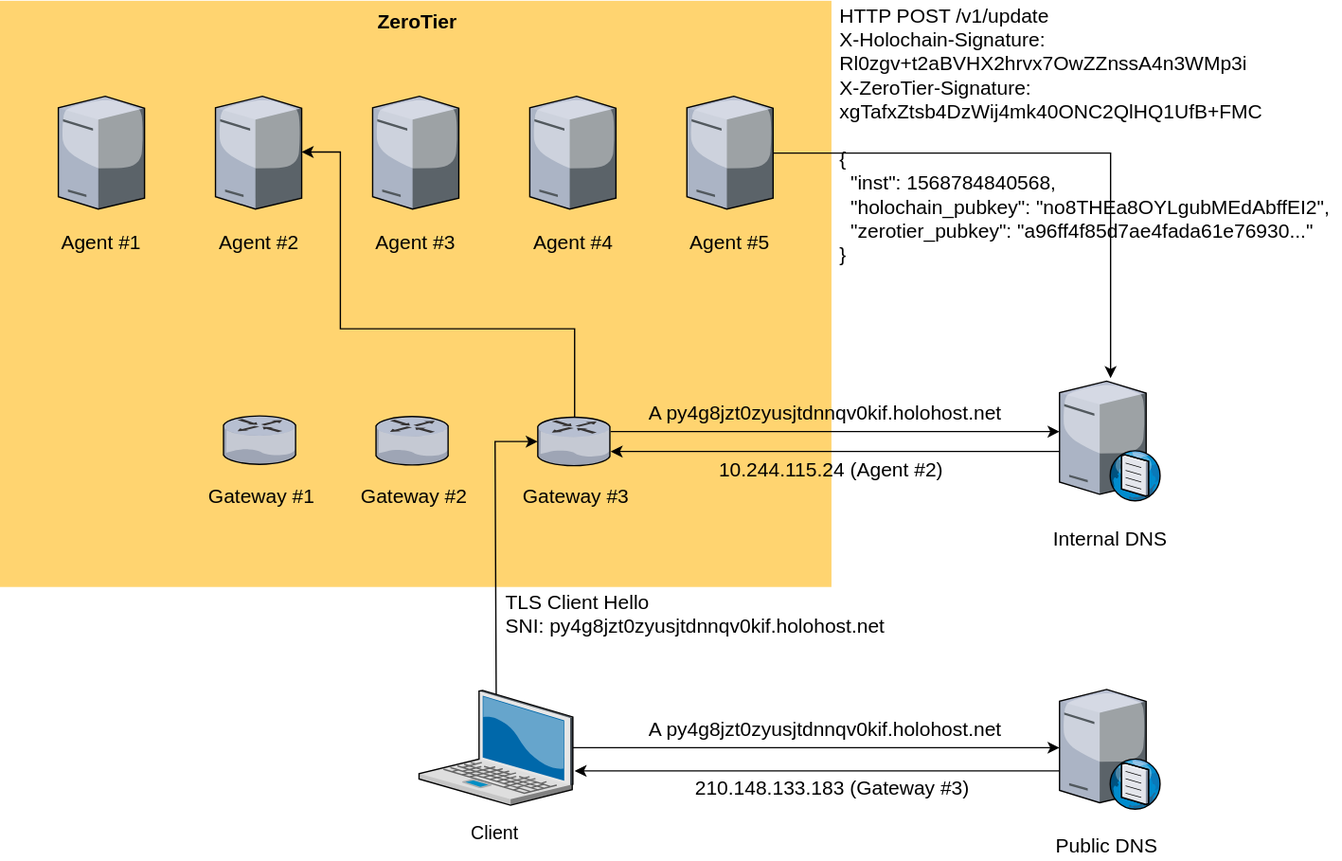
transumption-crypto/holo-router keeps this draw.io diagram as diagram.svg. Above is the earlier version. Source tidied: cells renumbered, new cells last; positions are measured from the earlier drawing's top-left corner, leaving out a move shared by most shapes.
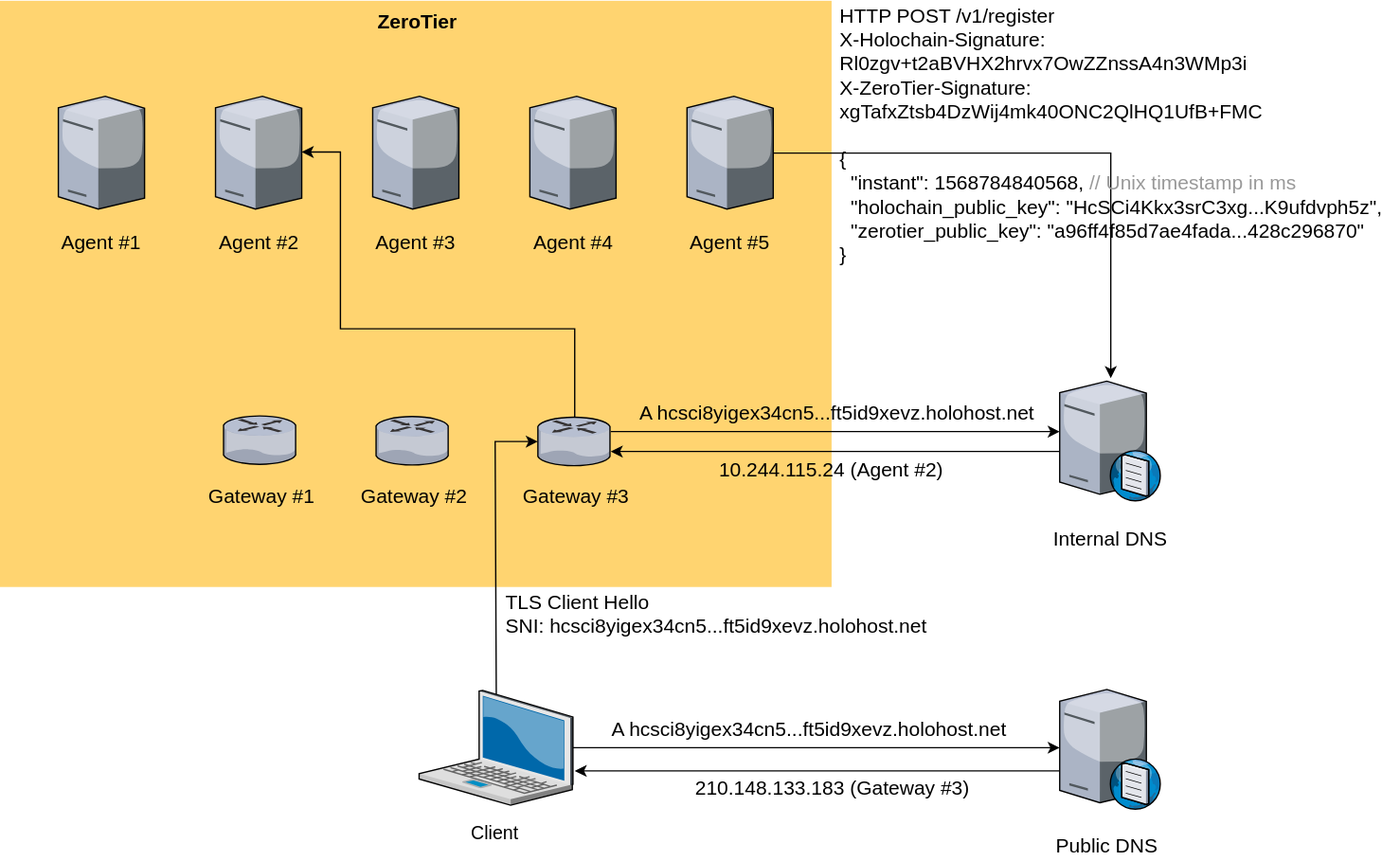
After the commit.

Commit message:
diagram: /v1/register, expand names, explain instant, use real values

What changed in the source:
```diff
@@ -37,15 +37,6 @@
     <mxCell id="11" style="verticalLabelPosition=bottom;html=1;verticalAlign=top;strokeColor=none;align=center;outlineConnect=0;shape=mxgraph.citrix.tower_server;" parent="1" vertex="1">
       <mxGeometry x="518.5" y="72" width="65" height="85" as="geometry" />
     </mxCell>
-    <mxCell id="12" style="group;" parent="1" vertex="1">
-      <mxGeometry x="788" y="284.5" width="100" height="130" as="geometry" />
-    </mxCell>
-    <mxCell id="13" style="verticalLabelPosition=bottom;html=1;verticalAlign=top;strokeColor=none;align=center;outlineConnect=0;shape=mxgraph.citrix.dns_server;" parent="12" vertex="1">
-      <mxGeometry x="11.5" width="76.5" height="92.5" as="geometry" />
-    </mxCell>
-    <mxCell id="14" value="Internal DNS" style="text;html=1;align=center;verticalAlign=middle;fillColor=none;strokeColor=none;rounded=0;fontSize=15;" parent="12" vertex="1">
-      <mxGeometry y="110" width="100" height="20" as="geometry" />
-    </mxCell>
     <mxCell id="15" value="Agent #1" style="text;html=1;align=center;verticalAlign=middle;fillColor=none;strokeColor=none;rounded=0;fontSize=15;" parent="1" vertex="1">
       <mxGeometry x="37" y="172" width="80" height="20" as="geometry" />
     </mxCell>
@@ -96,15 +87,6 @@
     <mxCell id="27" value="Gateway #3" style="text;html=1;align=center;verticalAlign=middle;fillColor=none;strokeColor=none;rounded=0;fontSize=15;" parent="1" vertex="1">
       <mxGeometry x="388.5" y="363" width="90" height="20" as="geometry" />
     </mxCell>
-    <mxCell id="28" style="group;" parent="1" vertex="1">
-      <mxGeometry x="788" y="517" width="100" height="130" as="geometry" />
-    </mxCell>
-    <mxCell id="29" style="verticalLabelPosition=bottom;html=1;verticalAlign=top;strokeColor=none;align=center;outlineConnect=0;shape=mxgraph.citrix.dns_server;" parent="28" vertex="1">
-      <mxGeometry x="11.5" width="76.5" height="92.5" as="geometry" />
-    </mxCell>
-    <mxCell id="30" value="Public DNS" style="text;html=1;align=center;verticalAlign=middle;fillColor=none;strokeColor=none;rounded=0;fontSize=15;" parent="28" vertex="1">
-      <mxGeometry y="110" width="90" height="20" as="geometry" />
-    </mxCell>
     <mxCell id="31" value="&lt;span style=&quot;font-size: 14px&quot;&gt;Client&lt;/span&gt;" style="text;html=1;align=center;verticalAlign=middle;fillColor=none;strokeColor=none;rounded=0;fontSize=15;" parent="1" vertex="1">
       <mxGeometry x="349.5" y="617" width="50" height="20" as="geometry" />
     </mxCell>
@@ -115,17 +97,17 @@
         </Array>
       </mxGeometry>
     </mxCell>
-    <mxCell id="33" value="A py4g8jzt0zyusjtdnnqv0kif.holohost.net" style="text;html=1;align=center;verticalAlign=middle;fillColor=none;strokeColor=none;rounded=0;fontSize=15;" parent="1" vertex="1">
-      <mxGeometry x="479.5" y="539" width="290" height="20" as="geometry" />
+    <mxCell id="33" value="A hcsci8yigex34cn5...ft5id9xevz.holohost.net" style="text;html=1;align=center;verticalAlign=middle;fillColor=none;strokeColor=none;rounded=0;fontSize=15;" parent="1" vertex="1">
+      <mxGeometry x="455" y="539" width="310" height="20" as="geometry" />
     </mxCell>
     <mxCell id="34" value="210.148.133.183 (Gateway #3)" style="text;html=1;align=center;verticalAlign=middle;fillColor=none;strokeColor=none;rounded=0;fontSize=15;" parent="1" vertex="1">
       <mxGeometry x="519.5" y="583" width="210" height="20" as="geometry" />
     </mxCell>
-    <mxCell id="35" value="&lt;font face=&quot;Helvetica&quot;&gt;TLS Client Hello&lt;br&gt;SNI:&amp;nbsp;py4g8jzt0zyusjtdnnqv0kif.holohost.net&lt;/font&gt;" style="text;html=1;align=left;verticalAlign=middle;fillColor=none;strokeColor=none;rounded=0;fontFamily=Lucida Console;fontSize=15;" parent="1" vertex="1">
-      <mxGeometry x="380" y="442" width="300" height="40" as="geometry" />
+    <mxCell id="35" value="&lt;font face=&quot;Helvetica&quot;&gt;TLS Client Hello&lt;br&gt;SNI:&amp;nbsp;&lt;/font&gt;&lt;span style=&quot;font-family: &amp;#34;helvetica&amp;#34; ; text-align: center&quot;&gt;hcsci8yigex34cn5...ft5id9xevz&lt;/span&gt;&lt;font face=&quot;Helvetica&quot;&gt;.holohost.net&lt;/font&gt;" style="text;html=1;align=left;verticalAlign=middle;fillColor=none;strokeColor=none;rounded=0;fontFamily=Lucida Console;fontSize=15;" parent="1" vertex="1">
+      <mxGeometry x="380" y="442" width="330" height="40" as="geometry" />
     </mxCell>
-    <mxCell id="36" value="A py4g8jzt0zyusjtdnnqv0kif.holohost.net" style="text;html=1;align=center;verticalAlign=middle;fillColor=none;strokeColor=none;rounded=0;fontSize=15;" parent="1" vertex="1">
-      <mxGeometry x="479.5" y="300" width="290" height="20" as="geometry" />
+    <mxCell id="36" value="A hcsci8yigex34cn5...ft5id9xevz.holohost.net" style="text;html=1;align=center;verticalAlign=middle;fillColor=none;strokeColor=none;rounded=0;fontSize=15;" parent="1" vertex="1">
+      <mxGeometry x="475.5" y="300" width="310" height="20" as="geometry" />
     </mxCell>
     <mxCell id="37" style="edgeStyle=orthogonalEdgeStyle;rounded=0;jettySize=auto;html=1;fontFamily=Lucida Console;fontSize=15;" parent="1" edge="1" source="13" target="26">
       <mxGeometry relative="1" as="geometry">
@@ -138,8 +120,20 @@
     <mxCell id="38" value="10.244.115.24 (Agent #2)" style="text;html=1;align=center;verticalAlign=middle;fillColor=none;strokeColor=none;rounded=0;fontSize=15;" parent="1" vertex="1">
       <mxGeometry x="534.5" y="343" width="180" height="20" as="geometry" />
     </mxCell>
-    <mxCell id="39" value="&lt;font face=&quot;Helvetica&quot;&gt;HTTP POST /v1/update&lt;br&gt;X-Holochain-Signature:&lt;br&gt;Rl0zgv+t2aBVHX2hrvx7OwZZnssA4n3WMp3i&lt;br&gt;X-ZeroTier-Signature:&lt;br&gt;xgTafxZtsb4DzWij4mk40ONC2QlHQ1UfB+FMC&lt;br&gt;&lt;br&gt;{&lt;br&gt;&amp;nbsp; &quot;inst&quot;: 1568784840568,&lt;br&gt;&amp;nbsp; &quot;holochain_pubkey&quot;: &quot;no8THEa8OYLgubMEdAbffEI2&quot;,&lt;br&gt;&amp;nbsp; &quot;zerotier_pubkey&quot;: &quot;a96ff4f85d7ae4fada61e76930...&quot;&lt;br&gt;}&lt;/font&gt;" style="text;html=1;align=left;verticalAlign=middle;fillColor=none;strokeColor=none;rounded=0;fontFamily=Lucida Console;fontSize=15;" parent="1" vertex="1">
-      <mxGeometry x="631.5" width="380" height="200" as="geometry" />
+    <mxCell id="39" value="&lt;font face=&quot;Helvetica&quot;&gt;HTTP POST /v1/register&lt;/font&gt;&lt;br&gt;&lt;font face=&quot;Helvetica&quot;&gt;X-Holochain-Signature:&lt;/font&gt;&lt;br&gt;&lt;font face=&quot;Helvetica&quot;&gt;Rl0zgv+t2aBVHX2hrvx7OwZZnssA4n3WMp3i&lt;/font&gt;&lt;br&gt;&lt;font face=&quot;Helvetica&quot;&gt;X-ZeroTier-Signature:&lt;/font&gt;&lt;br&gt;&lt;font face=&quot;Helvetica&quot;&gt;xgTafxZtsb4DzWij4mk40ONC2QlHQ1UfB+FMC&lt;/font&gt;&lt;br&gt;&lt;br&gt;&lt;font face=&quot;Helvetica&quot;&gt;{&lt;/font&gt;&lt;br&gt;&lt;font face=&quot;Helvetica&quot;&gt;&amp;nbsp; &quot;instant&quot;: 1568784840568, &lt;/font&gt;&lt;font color=&quot;#999999&quot; style=&quot;font-family: &amp;#34;helvetica&amp;#34;&quot;&gt;// Unix timestamp in ms&lt;/font&gt;&lt;br&gt;&lt;div style=&quot;text-align: center&quot;&gt;&lt;font face=&quot;Helvetica&quot; style=&quot;font-family: &amp;#34;helvetica&amp;#34;&quot;&gt;&amp;nbsp; &quot;holochain_public_key&quot;: &quot;&lt;/font&gt;&lt;font face=&quot;helvetica&quot;&gt;HcSCi4Kkx3srC3xg...K9ufdvph5z&lt;/font&gt;&lt;font face=&quot;Helvetica&quot; style=&quot;font-family: &amp;#34;helvetica&amp;#34;&quot;&gt;&quot;,&lt;/font&gt;&lt;/div&gt;&lt;font face=&quot;Helvetica&quot;&gt;&amp;nbsp; &quot;zerotier_public_key&quot;: &quot;a96ff4f85d7ae4fada...428c296870&quot;&lt;br&gt;}&lt;/font&gt;" style="text;html=1;align=left;verticalAlign=middle;fillColor=none;strokeColor=none;rounded=0;fontFamily=Lucida Console;fontSize=15;" parent="1" vertex="1">
+      <mxGeometry x="631.5" width="410" height="200" as="geometry" />
     </mxCell>
+    <mxCell id="13" style="verticalLabelPosition=bottom;html=1;verticalAlign=top;strokeColor=none;align=center;outlineConnect=0;shape=mxgraph.citrix.dns_server;" parent="1" vertex="1">
+      <mxGeometry x="799.5" y="284.5" width="76.5" height="92.5" as="geometry" />
+    </mxCell>
+    <mxCell id="14" value="Internal DNS" style="text;html=1;align=center;verticalAlign=middle;fillColor=none;strokeColor=none;rounded=0;fontSize=15;" parent="1" vertex="1">
+      <mxGeometry x="788" y="394.5" width="100" height="20" as="geometry" />
+    </mxCell>
+    <mxCell id="29" style="verticalLabelPosition=bottom;html=1;verticalAlign=top;strokeColor=none;align=center;outlineConnect=0;shape=mxgraph.citrix.dns_server;" parent="1" vertex="1">
+      <mxGeometry x="799.5" y="517" width="76.5" height="92.5" as="geometry" />
+    </mxCell>
+    <mxCell id="30" value="Public DNS" style="text;html=1;align=center;verticalAlign=middle;fillColor=none;strokeColor=none;rounded=0;fontSize=15;" parent="1" vertex="1">
+      <mxGeometry x="788" y="627" width="90" height="20" as="geometry" />
+    </mxCell>
   </root>
 </mxGraphModel>
```
